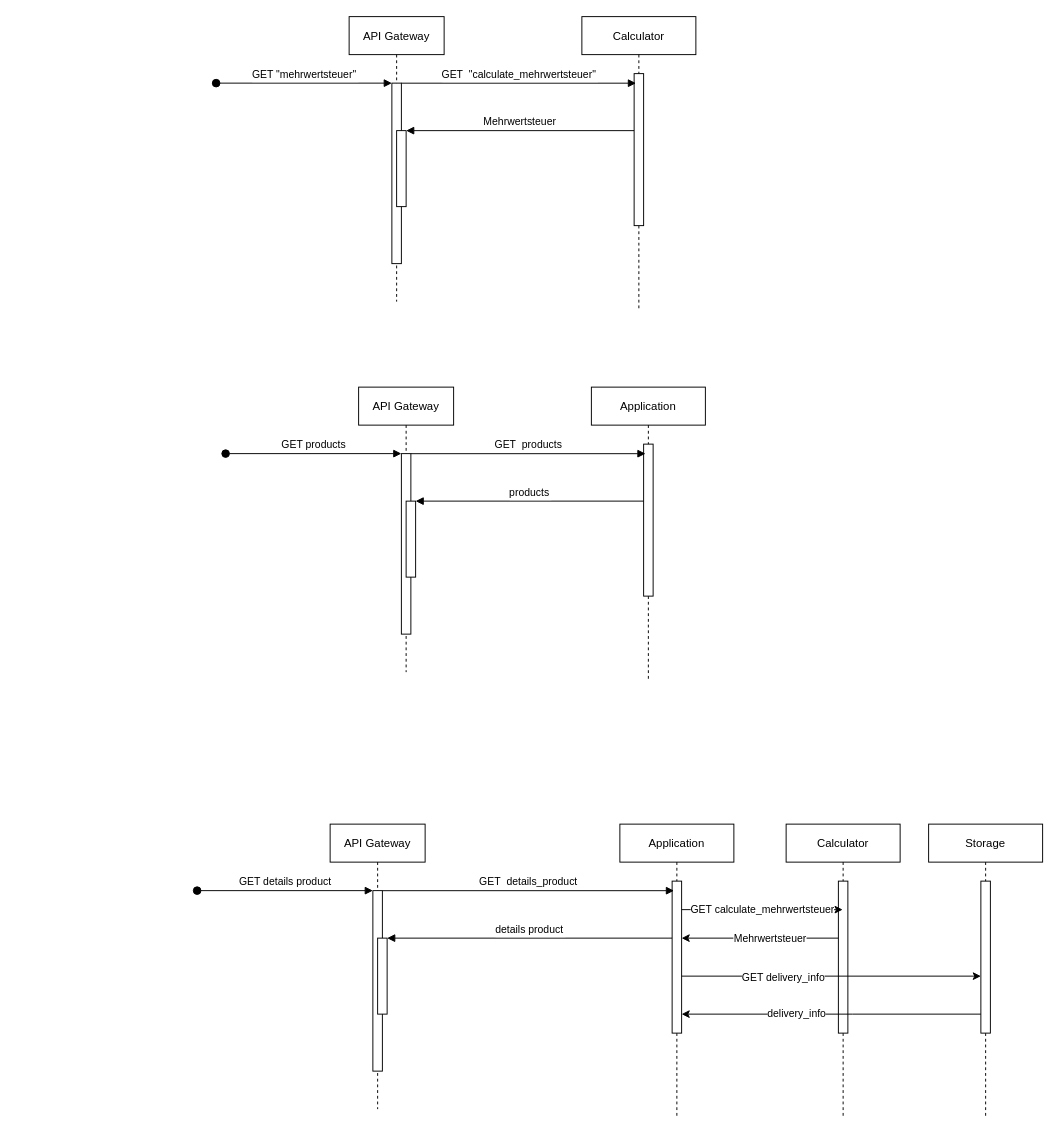
Earlier version of the draw.io diagram kbe_sequence_diagram.drawio (KBE-Project/diagrams). Source tidied: cells renumbered, new cells numbered last; positions are measured from the earlier drawing's top-left corner, leaving out a move shared by most shapes. Both pictures are drawn from the tidied source at 95%, with x=0, y=0 at pixel (197, 16).
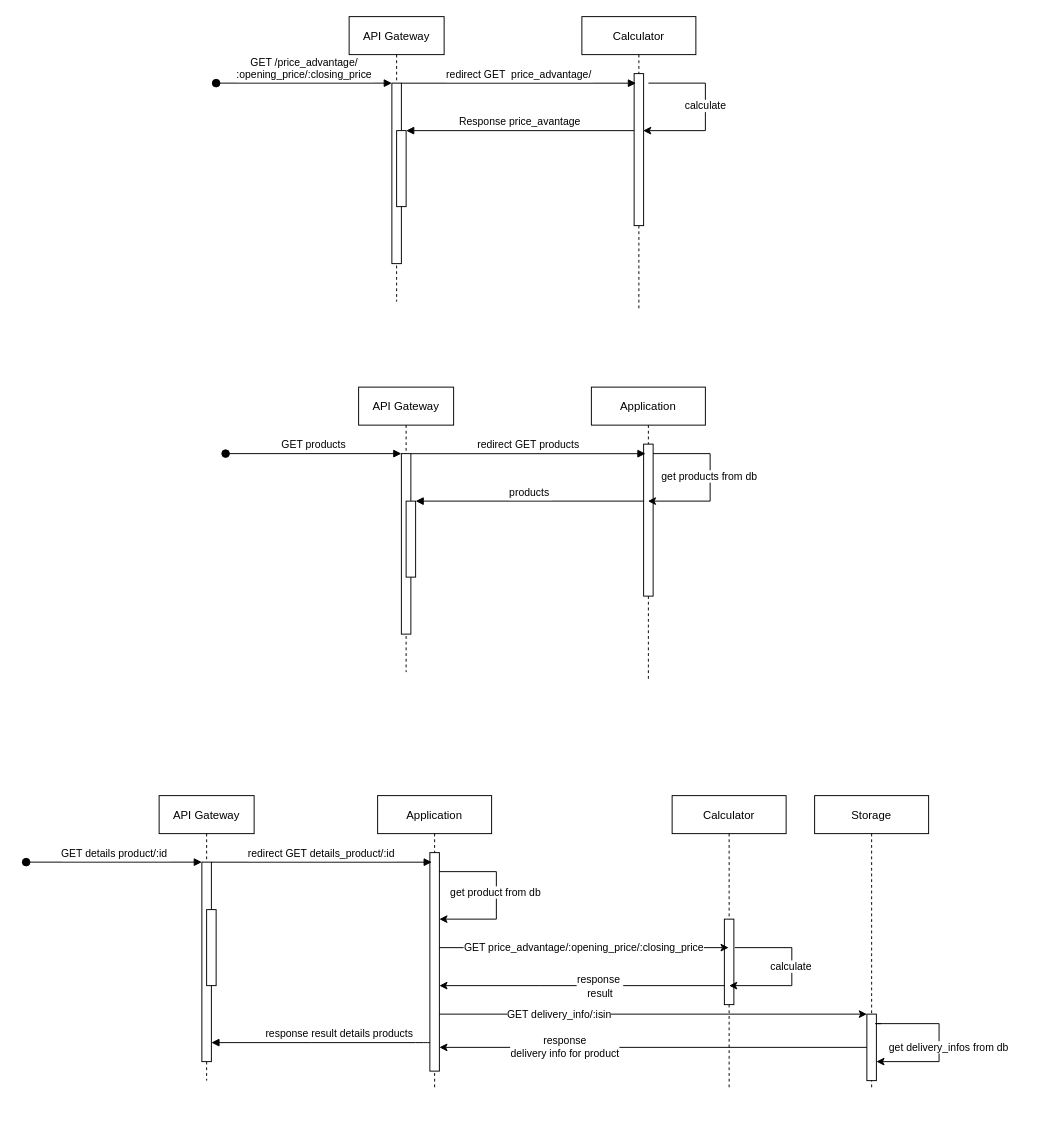
Above is the later version.

Unchanged cells that the change refers to:
```xml
<mxCell id="2" value="API Gateway" style="shape=umlLifeline;perimeter=lifelinePerimeter;rounded=0;shadow=0;strokeWidth=1;" parent="1" vertex="1">
  <mxGeometry x="160" width="100" height="300" as="geometry" />
</mxCell>
<mxCell id="3" style="points=[];perimeter=orthogonalPerimeter;rounded=0;shadow=0;strokeWidth=1;" parent="2" vertex="1">
  <mxGeometry x="45" y="70" width="10" height="190" as="geometry" />
</mxCell>
<mxCell id="5" style="points=[];perimeter=orthogonalPerimeter;rounded=0;shadow=0;strokeWidth=1;" parent="2" vertex="1">
  <mxGeometry x="50" y="120" width="10" height="80" as="geometry" />
</mxCell>
<mxCell id="6" value="Calculator" style="shape=umlLifeline;perimeter=lifelinePerimeter;rounded=0;shadow=0;strokeWidth=1;" parent="1" vertex="1">
  <mxGeometry x="405" width="120" height="310" as="geometry" />
</mxCell>
<mxCell id="7" style="points=[];perimeter=orthogonalPerimeter;rounded=0;shadow=0;strokeWidth=1;" parent="6" vertex="1">
  <mxGeometry x="55" y="60" width="10" height="160" as="geometry" />
</mxCell>
<mxCell id="11" style="points=[];perimeter=orthogonalPerimeter;rounded=0;shadow=0;strokeWidth=1;" parent="10" vertex="1">
  <mxGeometry x="45" y="70" width="10" height="190" as="geometry" />
</mxCell>
<mxCell id="14" value="Application" style="shape=umlLifeline;perimeter=lifelinePerimeter;rounded=0;shadow=0;strokeWidth=1;" parent="1" vertex="1">
  <mxGeometry x="415" y="390" width="120" height="310" as="geometry" />
</mxCell>
<mxCell id="15" style="points=[];perimeter=orthogonalPerimeter;rounded=0;shadow=0;strokeWidth=1;" parent="14" vertex="1">
  <mxGeometry x="55" y="60" width="10" height="160" as="geometry" />
</mxCell>
<mxCell id="21" style="points=[];perimeter=orthogonalPerimeter;rounded=0;shadow=0;strokeWidth=1;" parent="18" vertex="1">
  <mxGeometry x="50" y="120" width="10" height="80" as="geometry" />
</mxCell>
```

The edit, as a diff of the source:
```diff
@@
-    <mxCell id="4" value="GET &quot;mehrwertsteuer&quot;" style="verticalAlign=bottom;startArrow=oval;endArrow=block;startSize=8;shadow=0;strokeWidth=1;" parent="2" edge="1" target="3">
+    <mxCell id="4" value="GET /price_advantage/&#10;:opening_price/:closing_price" style="verticalAlign=bottom;startArrow=oval;endArrow=block;startSize=8;shadow=0;strokeWidth=1;" parent="2" edge="1" target="3">
       <mxGeometry relative="1" as="geometry">
         <mxPoint x="-140" y="70" as="sourcePoint" />
       </mxGeometry>
     </mxCell>
@@
+    <mxCell id="37" style="edgeStyle=orthogonalEdgeStyle;rounded=0;orthogonalLoop=1;jettySize=auto;html=1;" parent="6" edge="1">
+      <mxGeometry relative="1" as="geometry">
+        <mxPoint x="70" y="70" as="sourcePoint" />
+        <mxPoint x="64.5" y="120" as="targetPoint" />
+        <Array as="points">
+          <mxPoint x="130" y="70" />
+          <mxPoint x="130" y="120" />
+        </Array>
+      </mxGeometry>
+    </mxCell>
+    <mxCell id="38" value="calculate" style="edgeLabel;html=1;align=center;verticalAlign=middle;" parent="37" vertex="1">
+      <mxGeometry x="-0.05" y="-1" relative="1" as="geometry" />
+    </mxCell>
-    <mxCell id="8" value="GET  &quot;calculate_mehrwertsteuer&quot;" style="verticalAlign=bottom;endArrow=block;shadow=0;strokeWidth=1;entryX=0.475;entryY=0.226;entryDx=0;entryDy=0;entryPerimeter=0;" parent="1" edge="1" source="3" target="6">
+    <mxCell id="8" value="redirect GET  price_advantage/" style="verticalAlign=bottom;endArrow=block;shadow=0;strokeWidth=1;entryX=0.475;entryY=0.226;entryDx=0;entryDy=0;entryPerimeter=0;" parent="1" edge="1" source="3" target="6">
       <mxGeometry relative="1" as="geometry" />
     </mxCell>
-    <mxCell id="9" value="Mehrwertsteuer" style="verticalAlign=bottom;endArrow=block;entryX=1;entryY=0;shadow=0;strokeWidth=1;" parent="1" edge="1" source="7" target="5">
+    <mxCell id="9" value="Response price_avantage" style="verticalAlign=bottom;endArrow=block;entryX=1;entryY=0;shadow=0;strokeWidth=1;" parent="1" edge="1" source="7" target="5">
       <mxGeometry relative="1" as="geometry" />
     </mxCell>
@@
+    <mxCell id="39" style="edgeStyle=orthogonalEdgeStyle;rounded=0;jettySize=auto;html=1;" parent="14" edge="1" source="15" target="14">
+      <mxGeometry relative="1" as="geometry">
+        <Array as="points">
+          <mxPoint x="125" y="70" />
+          <mxPoint x="125" y="120" />
+        </Array>
+      </mxGeometry>
+    </mxCell>
+    <mxCell id="40" value="get products from db" style="edgeLabel;html=1;align=center;verticalAlign=middle;" parent="39" vertex="1">
+      <mxGeometry x="-0.05" y="-2" relative="1" as="geometry" />
+    </mxCell>
-    <mxCell id="16" value="GET  products" style="verticalAlign=bottom;endArrow=block;shadow=0;strokeWidth=1;entryX=0.475;entryY=0.226;entryDx=0;entryDy=0;entryPerimeter=0;" parent="1" edge="1" source="11" target="14">
+    <mxCell id="16" value="redirect GET products" style="verticalAlign=bottom;endArrow=block;shadow=0;strokeWidth=1;entryX=0.475;entryY=0.226;entryDx=0;entryDy=0;entryPerimeter=0;" parent="1" edge="1" source="11" target="14">
       <mxGeometry relative="1" as="geometry" />
     </mxCell>
@@
     <mxCell id="18" value="API Gateway" style="shape=umlLifeline;perimeter=lifelinePerimeter;rounded=0;shadow=0;strokeWidth=1;" parent="1" vertex="1">
-      <mxGeometry x="140" y="850" width="100" height="300" as="geometry" />
+      <mxGeometry x="-40" y="820" width="100" height="300" as="geometry" />
     </mxCell>
     <mxCell id="19" style="points=[];perimeter=orthogonalPerimeter;rounded=0;shadow=0;strokeWidth=1;" parent="18" vertex="1">
-      <mxGeometry x="45" y="70" width="10" height="190" as="geometry" />
+      <mxGeometry x="45" y="70" width="10" height="210" as="geometry" />
     </mxCell>
-    <mxCell id="20" value="GET details product" style="verticalAlign=bottom;startArrow=oval;endArrow=block;startSize=8;shadow=0;strokeWidth=1;" parent="18" edge="1" target="19">
+    <mxCell id="20" value="GET details product/:id" style="verticalAlign=bottom;startArrow=oval;endArrow=block;startSize=8;shadow=0;strokeWidth=1;" parent="18" edge="1" target="19">
       <mxGeometry relative="1" as="geometry">
         <mxPoint x="-140" y="70" as="sourcePoint" />
       </mxGeometry>
     </mxCell>
@@
     <mxCell id="22" value="Application" style="shape=umlLifeline;perimeter=lifelinePerimeter;rounded=0;shadow=0;strokeWidth=1;" parent="1" vertex="1">
-      <mxGeometry x="445" y="850" width="120" height="310" as="geometry" />
+      <mxGeometry x="190" y="820" width="120" height="310" as="geometry" />
     </mxCell>
     <mxCell id="23" style="points=[];perimeter=orthogonalPerimeter;rounded=0;shadow=0;strokeWidth=1;" parent="22" vertex="1">
-      <mxGeometry x="55" y="60" width="10" height="160" as="geometry" />
+      <mxGeometry x="55" y="60" width="10" height="230" as="geometry" />
     </mxCell>
+    <mxCell id="41" style="edgeStyle=orthogonalEdgeStyle;rounded=0;orthogonalLoop=1;jettySize=auto;html=1;" parent="22" edge="1">
+      <mxGeometry relative="1" as="geometry">
+        <mxPoint x="65" y="80" as="sourcePoint" />
+        <mxPoint x="65" y="130" as="targetPoint" />
+        <Array as="points">
+          <mxPoint x="125" y="80" />
+          <mxPoint x="125" y="130" />
+        </Array>
+      </mxGeometry>
+    </mxCell>
+    <mxCell id="42" value="get product from db" style="edgeLabel;html=1;align=center;verticalAlign=middle;" parent="41" vertex="1">
+      <mxGeometry x="-0.05" y="-2" relative="1" as="geometry" />
+    </mxCell>
-    <mxCell id="24" value="GET  details_product" style="verticalAlign=bottom;endArrow=block;shadow=0;strokeWidth=1;entryX=0.475;entryY=0.226;entryDx=0;entryDy=0;entryPerimeter=0;" parent="1" edge="1" source="19" target="22">
+    <mxCell id="24" value="redirect GET details_product/:id" style="verticalAlign=bottom;endArrow=block;shadow=0;strokeWidth=1;entryX=0.475;entryY=0.226;entryDx=0;entryDy=0;entryPerimeter=0;" parent="1" edge="1" source="19" target="22">
       <mxGeometry relative="1" as="geometry" />
     </mxCell>
-    <mxCell id="25" value="details product" style="verticalAlign=bottom;endArrow=block;entryX=1;entryY=0;shadow=0;strokeWidth=1;" parent="1" edge="1" source="23" target="21">
-      <mxGeometry relative="1" as="geometry" />
+    <mxCell id="25" value="response result details products" style="verticalAlign=bottom;endArrow=block;shadow=0;strokeWidth=1;" parent="1" edge="1" source="23" target="19">
+      <mxGeometry x="-0.17" relative="1" as="geometry">
+        <Array as="points">
+          <mxPoint x="240" y="1080" />
+          <mxPoint x="130" y="1080" />
+        </Array>
+      </mxGeometry>
     </mxCell>
     <mxCell id="26" value="Calculator" style="shape=umlLifeline;perimeter=lifelinePerimeter;rounded=0;shadow=0;strokeWidth=1;" parent="1" vertex="1">
-      <mxGeometry x="620" y="850" width="120" height="310" as="geometry" />
+      <mxGeometry x="500" y="820" width="120" height="310" as="geometry" />
     </mxCell>
     <mxCell id="27" style="points=[];perimeter=orthogonalPerimeter;rounded=0;shadow=0;strokeWidth=1;" parent="26" vertex="1">
-      <mxGeometry x="55" y="60" width="10" height="160" as="geometry" />
+      <mxGeometry x="55" y="130" width="10" height="90" as="geometry" />
     </mxCell>
     <mxCell id="28" value="Storage" style="shape=umlLifeline;perimeter=lifelinePerimeter;rounded=0;shadow=0;strokeWidth=1;" parent="1" vertex="1">
-      <mxGeometry x="770" y="850" width="120" height="310" as="geometry" />
+      <mxGeometry x="650" y="820" width="120" height="310" as="geometry" />
     </mxCell>
     <mxCell id="29" style="points=[];perimeter=orthogonalPerimeter;rounded=0;shadow=0;strokeWidth=1;" parent="28" vertex="1">
-      <mxGeometry x="55" y="60" width="10" height="160" as="geometry" />
+      <mxGeometry x="55" y="230" width="10" height="70" as="geometry" />
     </mxCell>
-    <mxCell id="30" value="GET calculate_mehrwertsteuer" style="edgeStyle=orthogonalEdgeStyle;rounded=0;jettySize=auto;html=1;" parent="1" edge="1" source="23" target="26">
+    <mxCell id="30" value="GET price_advantage/:opening_price/:closing_price" style="edgeStyle=orthogonalEdgeStyle;rounded=0;jettySize=auto;html=1;" parent="1" edge="1" source="23" target="26">
       <mxGeometry relative="1" as="geometry">
         <Array as="points">
-          <mxPoint x="590" y="940" />
-          <mxPoint x="590" y="940" />
+          <mxPoint x="400" y="980" />
+          <mxPoint x="400" y="980" />
         </Array>
       </mxGeometry>
     </mxCell>
     <mxCell id="31" style="edgeStyle=orthogonalEdgeStyle;rounded=0;jettySize=auto;html=1;" parent="1" edge="1" source="27" target="23">
       <mxGeometry relative="1" as="geometry">
         <Array as="points">
-          <mxPoint x="630" y="970" />
-          <mxPoint x="630" y="970" />
+          <mxPoint x="360" y="1020" />
+          <mxPoint x="360" y="1020" />
         </Array>
       </mxGeometry>
     </mxCell>
-    <mxCell id="32" value="Mehrwertsteuer" style="edgeLabel;html=1;align=center;verticalAlign=middle;" parent="31" vertex="1">
+    <mxCell id="32" value="response&amp;nbsp;&lt;br&gt;result" style="edgeLabel;html=1;align=center;verticalAlign=middle;" parent="31" vertex="1">
       <mxGeometry x="-0.12" relative="1" as="geometry" />
     </mxCell>
     <mxCell id="33" style="edgeStyle=orthogonalEdgeStyle;rounded=0;jettySize=auto;html=1;" parent="1" edge="1" source="23" target="29">
       <mxGeometry relative="1" as="geometry">
         <Array as="points">
-          <mxPoint x="610" y="1010" />
-          <mxPoint x="610" y="1010" />
+          <mxPoint x="710" y="1050" />
         </Array>
       </mxGeometry>
     </mxCell>
-    <mxCell id="34" value="GET delivery_info" style="edgeLabel;html=1;align=center;verticalAlign=middle;" parent="33" vertex="1">
-      <mxGeometry x="-0.33" y="-1" relative="1" as="geometry" />
+    <mxCell id="34" value="GET delivery_info/:isin" style="edgeLabel;html=1;align=center;verticalAlign=middle;" parent="33" vertex="1">
+      <mxGeometry x="-0.33" y="-1" relative="1" as="geometry">
+        <mxPoint x="-26" y="-1" as="offset" />
+      </mxGeometry>
     </mxCell>
     <mxCell id="35" style="edgeStyle=orthogonalEdgeStyle;rounded=0;jettySize=auto;html=1;" parent="1" edge="1" source="29" target="23">
       <mxGeometry relative="1" as="geometry">
         <Array as="points">
-          <mxPoint x="690" y="1050" />
-          <mxPoint x="690" y="1050" />
+          <mxPoint x="710" y="1090" />
         </Array>
       </mxGeometry>
     </mxCell>
-    <mxCell id="36" value="delivery_info" style="edgeLabel;html=1;align=center;verticalAlign=middle;" parent="35" vertex="1">
-      <mxGeometry x="0.24" y="-1" relative="1" as="geometry" />
+    <mxCell id="36" value="response &lt;br&gt;delivery info for product" style="edgeLabel;html=1;align=center;verticalAlign=middle;" parent="35" vertex="1">
+      <mxGeometry x="0.24" y="-1" relative="1" as="geometry">
+        <mxPoint x="-40" as="offset" />
+      </mxGeometry>
     </mxCell>
+    <mxCell id="43" style="edgeStyle=orthogonalEdgeStyle;rounded=0;orthogonalLoop=1;jettySize=auto;html=1;" parent="1" edge="1">
+      <mxGeometry relative="1" as="geometry">
+        <mxPoint x="720" y="1060" as="sourcePoint" />
+        <mxPoint x="715" y="1100" as="targetPoint" />
+        <Array as="points">
+          <mxPoint x="714" y="1060" />
+          <mxPoint x="781" y="1060" />
+          <mxPoint x="781" y="1100" />
+        </Array>
+      </mxGeometry>
+    </mxCell>
+    <mxCell id="44" value="get delivery_infos from db" style="edgeLabel;html=1;align=center;verticalAlign=middle;" parent="43" vertex="1">
+      <mxGeometry x="-0.05" y="-2" relative="1" as="geometry">
+        <mxPoint x="11" y="12" as="offset" />
+      </mxGeometry>
+    </mxCell>
+    <mxCell id="45" style="edgeStyle=orthogonalEdgeStyle;rounded=0;orthogonalLoop=1;jettySize=auto;html=1;" parent="1" edge="1">
+      <mxGeometry relative="1" as="geometry">
+        <mxPoint x="566" y="980" as="sourcePoint" />
+        <mxPoint x="560" y="1020" as="targetPoint" />
+        <Array as="points">
+          <mxPoint x="566" y="980" />
+          <mxPoint x="626" y="980" />
+          <mxPoint x="626" y="1020" />
+        </Array>
+      </mxGeometry>
+    </mxCell>
+    <mxCell id="46" value="calculate" style="edgeLabel;html=1;align=center;verticalAlign=middle;" parent="45" vertex="1">
+      <mxGeometry x="-0.05" y="-2" relative="1" as="geometry" />
+    </mxCell>
```
